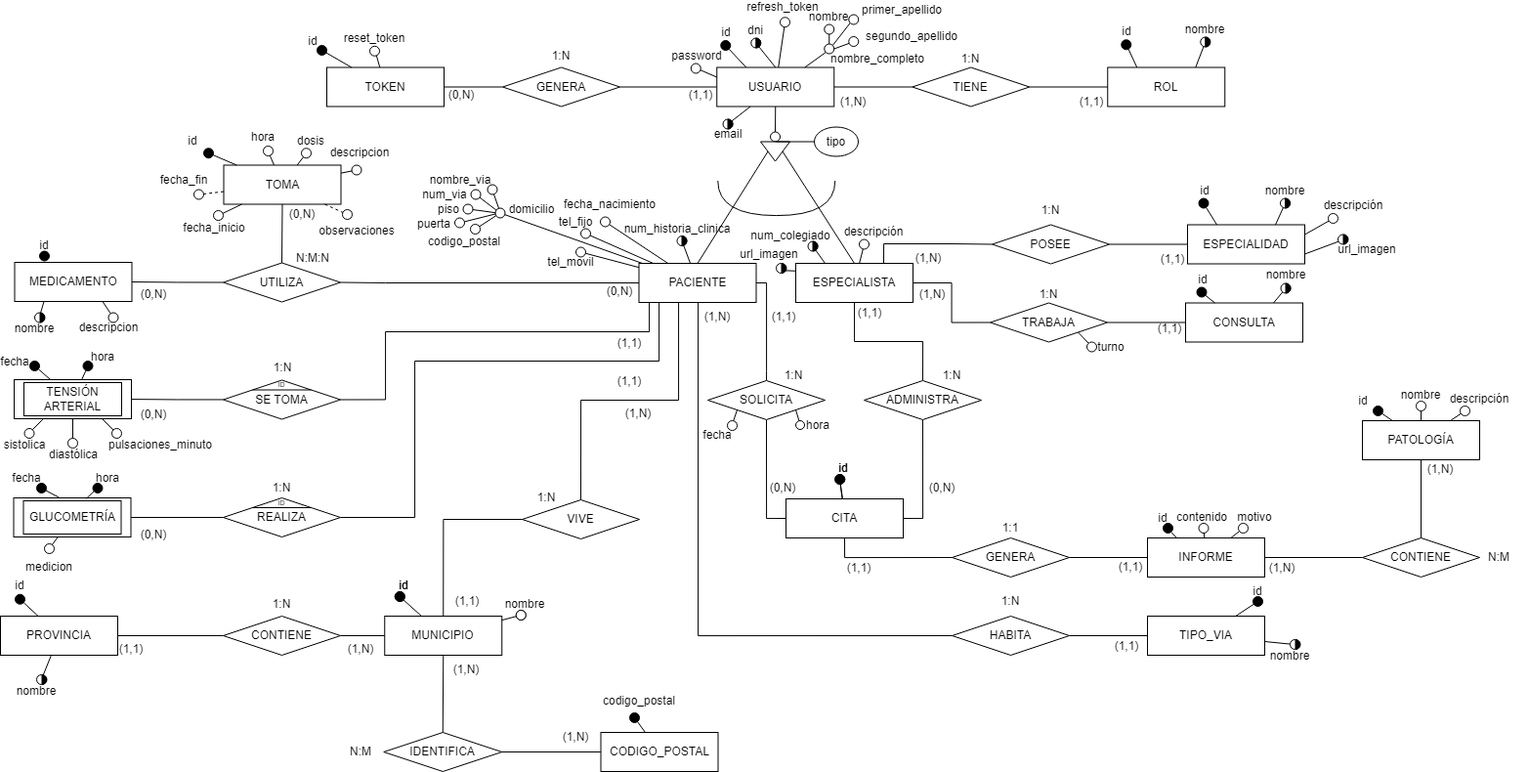
Before: database/Diagrama de Chen.png, a diagram exported from draw.io (BertoMP/app-fin-ciclo). Source tidied: cells renumbered, new cells last; positions are measured from the earlier drawing's top-left corner, leaving out a move shared by most shapes.
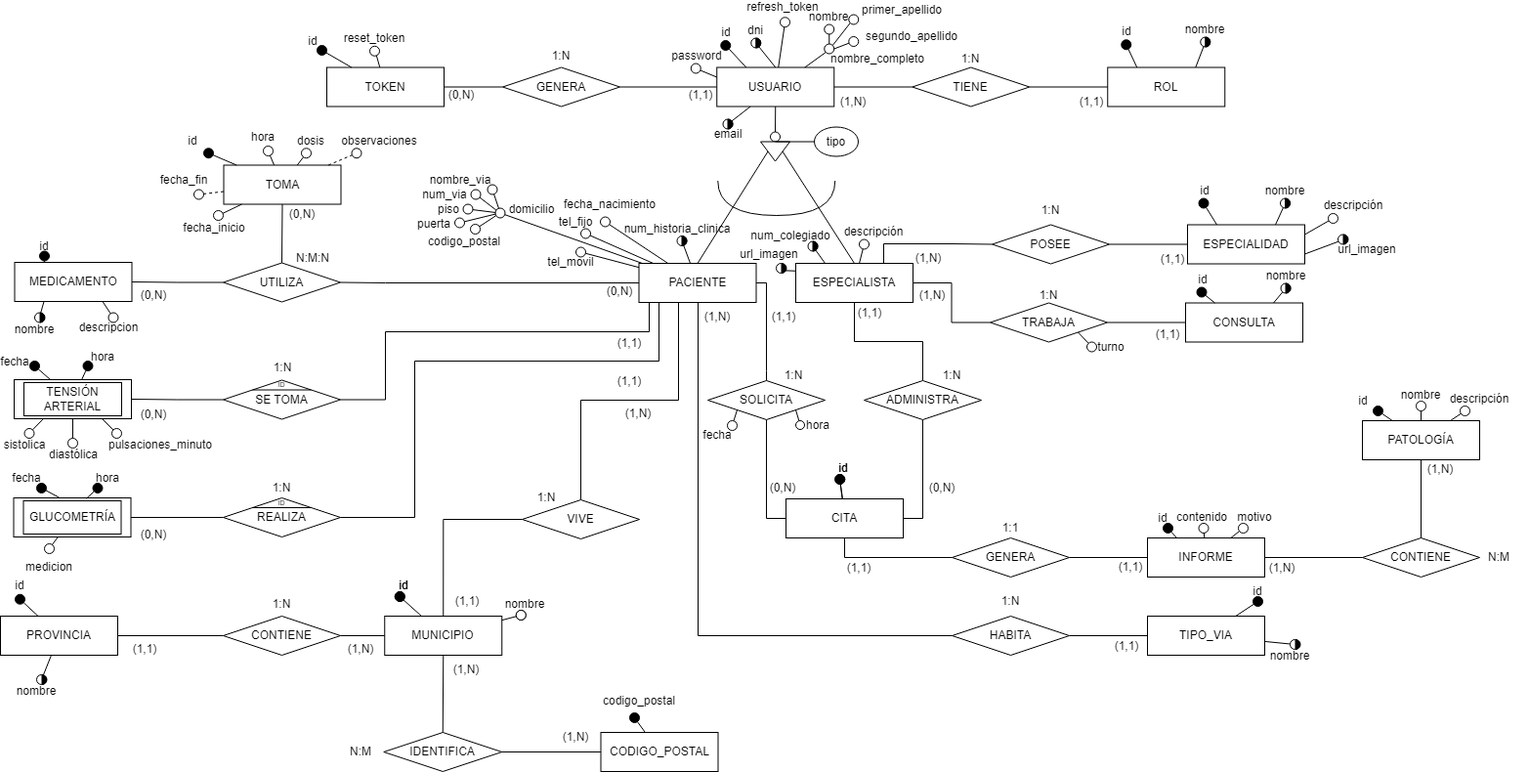
The same diagram one commit later.

Change to the diagram source:
```diff
@@ -412,7 +412,7 @@
       <mxGeometry x="924" y="285.5" width="60" height="30" as="geometry" />
     </mxCell>
     <mxCell id="125" value="(1,1)" style="text;html=1;align=center;verticalAlign=middle;whiteSpace=wrap;rounded=0;" parent="1" vertex="1">
-      <mxGeometry x="1166.5" y="320.5" width="60" height="30" as="geometry" />
+      <mxGeometry x="1164.5" y="326" width="60" height="30" as="geometry" />
     </mxCell>
     <mxCell id="126" style="endArrow=none;html=1;rounded=0;exitX=0.25;exitY=0;exitDx=0;exitDy=0;" parent="1" edge="1" source="120" target="127">
       <mxGeometry relative="1" as="geometry" />
@@ -808,7 +808,7 @@
       <mxGeometry x="339" y="648" width="60" height="30" as="geometry" />
     </mxCell>
     <mxCell id="255" value="(1,1)" style="text;html=1;align=center;verticalAlign=middle;whiteSpace=wrap;rounded=0;" parent="1" vertex="1">
-      <mxGeometry x="103.5" y="648" width="60" height="30" as="geometry" />
+      <mxGeometry x="118" y="648" width="60" height="30" as="geometry" />
     </mxCell>
     <mxCell id="256" value="1:N" style="text;html=1;align=center;verticalAlign=middle;whiteSpace=wrap;rounded=0;" parent="1" vertex="1">
       <mxGeometry x="529" y="493" width="60" height="30" as="geometry" />
@@ -1044,23 +1044,14 @@
     <mxCell id="333" value="refresh_token" style="text;html=1;align=center;verticalAlign=middle;whiteSpace=wrap;rounded=0;" parent="1" vertex="1">
       <mxGeometry x="790.8" y="0.5" width="20" height="10" as="geometry" />
     </mxCell>
-    <mxCell id="334" style="endArrow=none;html=1;rounded=0;" parent="1" edge="1" source="303" target="335">
-      <mxGeometry relative="1" as="geometry" />
-    </mxCell>
-    <mxCell id="335" style="ellipse;whiteSpace=wrap;html=1;rotation=-180;gradientDirection=east;" parent="1" vertex="1">
-      <mxGeometry x="359.5" y="167.5" width="10" height="10" as="geometry" />
-    </mxCell>
-    <mxCell id="336" value="descripcion" style="text;html=1;align=center;verticalAlign=middle;whiteSpace=wrap;rounded=0;" parent="1" vertex="1">
-      <mxGeometry x="358" y="150.2" width="20" height="10" as="geometry" />
-    </mxCell>
     <mxCell id="337" style="endArrow=none;html=1;rounded=0;dashed=1;" parent="1" edge="1" source="303" target="338">
       <mxGeometry relative="1" as="geometry" />
     </mxCell>
     <mxCell id="338" style="ellipse;whiteSpace=wrap;html=1;rotation=-180;gradientDirection=east;" parent="1" vertex="1">
-      <mxGeometry x="350" y="213" width="10" height="10" as="geometry" />
+      <mxGeometry x="359.5" y="150.2" width="10" height="10" as="geometry" />
     </mxCell>
     <mxCell id="339" value="observaciones" style="text;html=1;align=center;verticalAlign=middle;whiteSpace=wrap;rounded=0;" parent="1" vertex="1">
-      <mxGeometry x="354.5" y="230" width="20" height="10" as="geometry" />
+      <mxGeometry x="378" y="138" width="20" height="10" as="geometry" />
     </mxCell>
     <mxCell id="340" style="endArrow=none;html=1;rounded=0;dashed=1;" parent="1" edge="1" source="303" target="341">
       <mxGeometry relative="1" as="geometry" />
```
